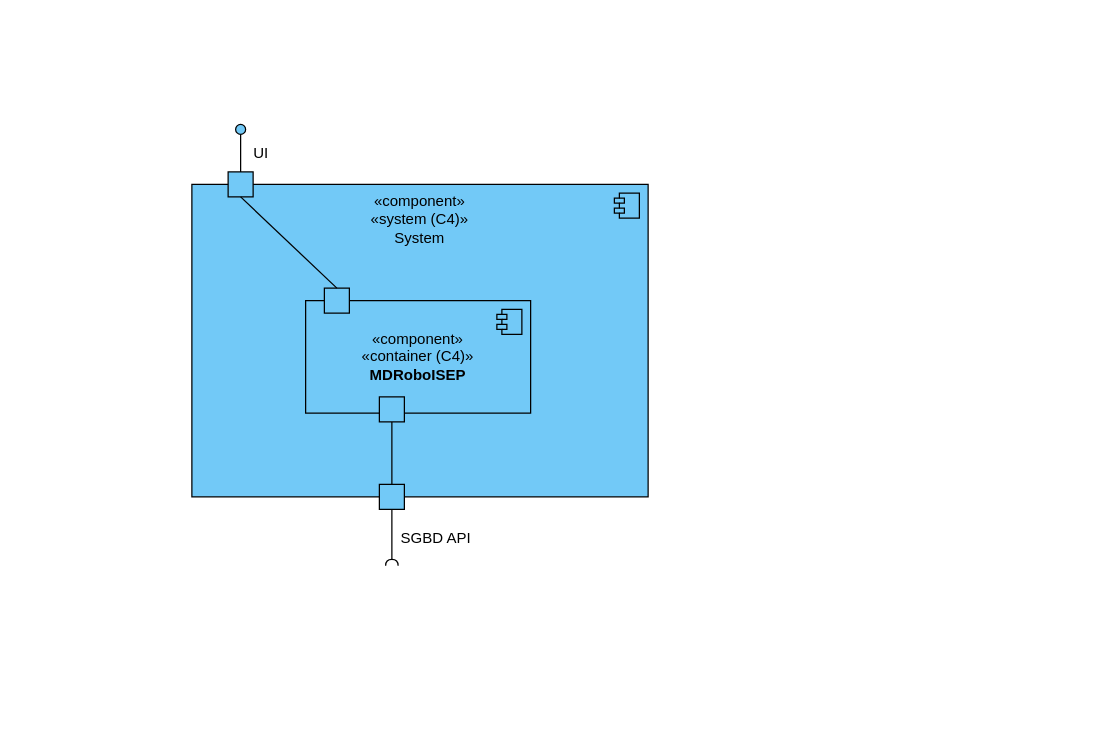
Earlier version of the draw.io diagram docs/N2/VL.drawio (SEM5PI2324G58/sem5pi_g58_23_24). Source tidied: cells renumbered, new cells numbered last; positions are measured from the earlier drawing's top-left corner, leaving out a move shared by most shapes. Both pictures are drawn from the tidied source at 125%, with x=0, y=0 at pixel (191, 124).
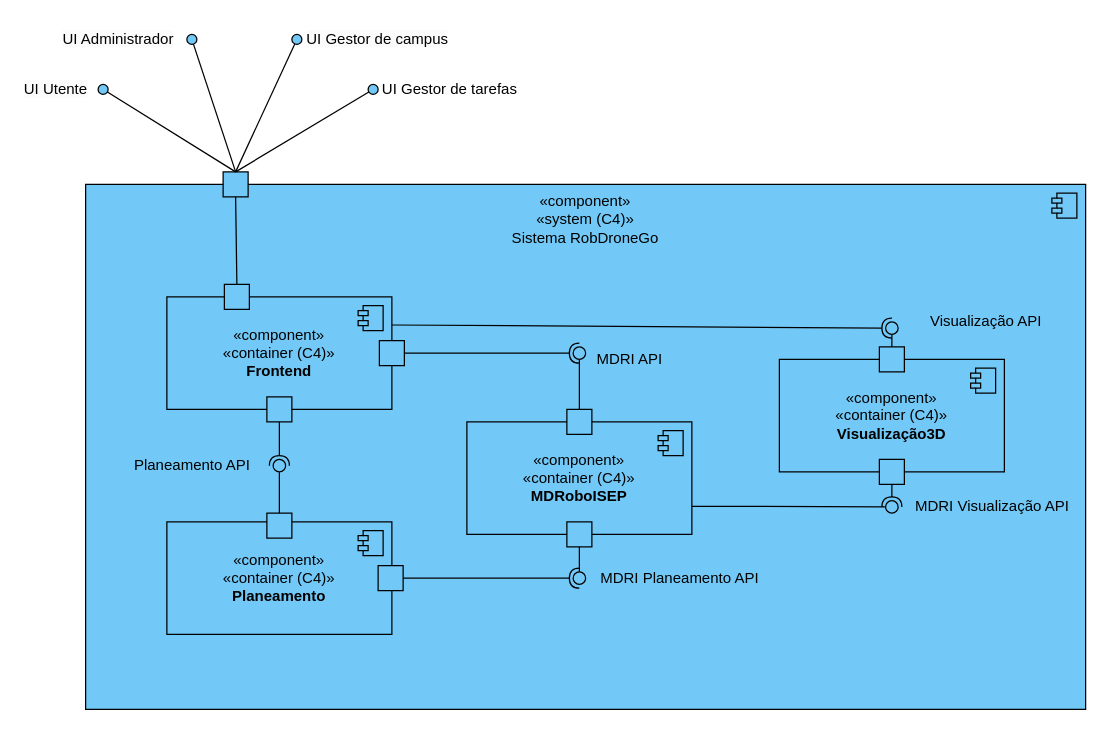
The same diagram, later.

Diff of the diagram source:
```diff
@@
-    <mxCell id="2" value="«component»&lt;br&gt;«system (C4)»&lt;br&gt;System" style="html=1;whiteSpace=wrap;verticalAlign=top;fillColor=#72c9f7;" parent="1" vertex="1">
-      <mxGeometry y="48" width="365" height="250" as="geometry" />
+    <mxCell id="2" value="«component»&lt;br&gt;«system (C4)»&lt;br&gt;Sistema RobDroneGo" style="html=1;whiteSpace=wrap;verticalAlign=top;fillColor=#72c9f7;" parent="1" vertex="1">
+      <mxGeometry x="-85" y="48" width="800" height="420" as="geometry" />
     </mxCell>
@@
     <mxCell id="4" style="html=1;rounded=0;fillColor=#72c9f7;" parent="1" vertex="1">
-      <mxGeometry x="29" y="38" width="20" height="20" as="geometry" />
+      <mxGeometry x="25" y="38" width="20" height="20" as="geometry" />
     </mxCell>
-    <mxCell id="5" style="endArrow=none;html=1;rounded=0;align=center;verticalAlign=top;endFill=0;labelBackgroundColor=none;endSize=2;" parent="1" edge="1" source="4" target="6">
+    <mxCell id="5" style="endArrow=none;html=1;rounded=0;align=center;verticalAlign=top;endFill=0;labelBackgroundColor=none;endSize=2;exitX=0.5;exitY=0;exitDx=0;exitDy=0;" parent="1" edge="1" source="4" target="6">
       <mxGeometry relative="1" as="geometry" />
     </mxCell>
     <mxCell id="6" style="ellipse;html=1;fontSize=11;align=center;fillColor=#72c9f7;points=[];verticalAlign=bottom;labelPosition=center;verticalLabelPosition=top;flipH=1;" parent="1" vertex="1">
-      <mxGeometry x="35" width="8" height="8" as="geometry" />
+      <mxGeometry x="-75" y="-32" width="8" height="8" as="geometry" />
     </mxCell>
-    <mxCell id="7" style="endArrow=none;html=1;rounded=0;align=center;verticalAlign=top;endFill=0;labelBackgroundColor=none;endSize=2;" parent="1" edge="1" target="8">
-      <mxGeometry relative="1" as="geometry">
-        <mxPoint x="160" y="308" as="sourcePoint" />
-      </mxGeometry>
-    </mxCell>
-    <mxCell id="8" style="shape=requiredInterface;html=1;fontSize=11;align=center;fillColor=none;points=[];verticalAlign=bottom;labelPosition=center;verticalLabelPosition=top;flipH=1;direction=north;" parent="1" vertex="1">
-      <mxGeometry x="155" y="348" width="10" height="5" as="geometry" />
-    </mxCell>
-    <mxCell id="9" style="html=1;rounded=0;fillColor=#72c9f7;" parent="1" vertex="1">
-      <mxGeometry x="150" y="288" width="20" height="20" as="geometry" />
-    </mxCell>
-    <mxCell id="10" value="UI" style="text;html=1;align=center;verticalAlign=middle;strokeColor=none;fillColor=none;" parent="1" vertex="1">
-      <mxGeometry x="35" y="8" width="40" height="30" as="geometry" />
-    </mxCell>
-    <mxCell id="11" value="SGBD API" style="text;html=1;align=center;verticalAlign=middle;strokeColor=none;fillColor=none;" parent="1" vertex="1">
-      <mxGeometry x="155" y="316" width="80" height="30" as="geometry" />
-    </mxCell>
-    <mxCell id="12" value="«component»&lt;br style=&quot;border-color: var(--border-color);&quot;&gt;«container (C4)»&lt;br&gt;&lt;b&gt;MDRoboISEP&lt;/b&gt;" style="html=1;whiteSpace=wrap;fillColor=#72c9f7;" parent="1" vertex="1">
-      <mxGeometry x="91" y="141" width="180" height="90" as="geometry" />
+    <mxCell id="12" value="«component»&lt;br style=&quot;border-color: var(--border-color);&quot;&gt;«container (C4)»&lt;br&gt;&lt;b&gt;Visualização3D&lt;/b&gt;" style="html=1;whiteSpace=wrap;fillColor=#72c9f7;" parent="1" vertex="1">
+      <mxGeometry x="470" y="188" width="180" height="90" as="geometry" />
     </mxCell>
@@
+    <mxCell id="16" style="endArrow=none;html=1;rounded=0;entryX=0.5;entryY=1;entryDx=0;entryDy=0;exitX=0.5;exitY=0;exitDx=0;exitDy=0;" parent="1" edge="1" source="14" target="4">
+      <mxGeometry relative="1" as="geometry" />
+    </mxCell>
+    <mxCell id="18" value="«component»&lt;br style=&quot;border-color: var(--border-color);&quot;&gt;«container (C4)»&lt;br&gt;&lt;b&gt;MDRoboISEP&lt;/b&gt;" style="html=1;whiteSpace=wrap;fillColor=#72c9f7;" parent="1" vertex="1">
+      <mxGeometry x="220" y="238" width="180" height="90" as="geometry" />
+    </mxCell>
+    <mxCell id="19" style="shape=module;jettyWidth=8;jettyHeight=4;fillColor=#72c9f7;" parent="18" vertex="1">
+      <mxGeometry x="1" width="20" height="20" relative="1" as="geometry">
+        <mxPoint x="-27" y="7" as="offset" />
+      </mxGeometry>
+    </mxCell>
+    <mxCell id="20" value="«component»&lt;br style=&quot;border-color: var(--border-color);&quot;&gt;«container (C4)»&lt;br&gt;&lt;b&gt;Planeamento&lt;/b&gt;" style="html=1;whiteSpace=wrap;fillColor=#72c9f7;" parent="1" vertex="1">
+      <mxGeometry x="-20" y="318" width="180" height="90" as="geometry" />
+    </mxCell>
+    <mxCell id="21" style="shape=module;jettyWidth=8;jettyHeight=4;fillColor=#72c9f7;" parent="20" vertex="1">
+      <mxGeometry x="1" width="20" height="20" relative="1" as="geometry">
+        <mxPoint x="-27" y="7" as="offset" />
+      </mxGeometry>
+    </mxCell>
+    <mxCell id="22" value="«component»&lt;br style=&quot;border-color: var(--border-color);&quot;&gt;«container (C4)»&lt;br&gt;&lt;b&gt;Frontend&lt;/b&gt;" style="html=1;whiteSpace=wrap;fillColor=#72c9f7;" parent="1" vertex="1">
+      <mxGeometry x="-20" y="138" width="180" height="90" as="geometry" />
+    </mxCell>
+    <mxCell id="23" style="shape=module;jettyWidth=8;jettyHeight=4;fillColor=#72c9f7;" parent="22" vertex="1">
+      <mxGeometry x="1" width="20" height="20" relative="1" as="geometry">
+        <mxPoint x="-27" y="7" as="offset" />
+      </mxGeometry>
+    </mxCell>
     <mxCell id="14" style="html=1;rounded=0;fillColor=#72c9f7;" parent="1" vertex="1">
-      <mxGeometry x="106" y="131" width="20" height="20" as="geometry" />
+      <mxGeometry x="26" y="128" width="20" height="20" as="geometry" />
     </mxCell>
-    <mxCell id="15" style="html=1;rounded=0;fillColor=#72c9f7;" parent="1" vertex="1">
-      <mxGeometry x="150" y="218" width="20" height="20" as="geometry" />
-    </mxCell>
-    <mxCell id="16" style="endArrow=none;html=1;rounded=0;entryX=0.5;entryY=1;entryDx=0;entryDy=0;exitX=0.5;exitY=0;exitDx=0;exitDy=0;" parent="1" edge="1" source="14" target="4">
-      <mxGeometry relative="1" as="geometry" />
-    </mxCell>
-    <mxCell id="17" style="endArrow=none;html=1;rounded=0;entryX=0.5;entryY=0;entryDx=0;entryDy=0;exitX=0.5;exitY=1;exitDx=0;exitDy=0;" parent="1" edge="1" source="15" target="9">
-      <mxGeometry relative="1" as="geometry" />
-    </mxCell>
+    <mxCell id="24" style="rounded=0;jettySize=auto;html=1;endArrow=halfCircle;endFill=0;endSize=6;strokeWidth=1;sketch=0;exitX=1;exitY=0.5;exitDx=0;exitDy=0;" parent="1" edge="1" source="40" target="26">
+      <mxGeometry relative="1" as="geometry" />
+    </mxCell>
+    <mxCell id="25" style="rounded=0;jettySize=auto;html=1;endArrow=oval;endFill=0;sketch=0;sourcePerimeterSpacing=0;targetPerimeterSpacing=0;endSize=10;exitX=0.5;exitY=0;exitDx=0;exitDy=0;" parent="1" edge="1" source="18" target="26">
+      <mxGeometry relative="1" as="geometry" />
+    </mxCell>
+    <mxCell id="26" style="ellipse;whiteSpace=wrap;html=1;align=center;fillColor=none;strokeColor=none;perimeter=centerPerimeter;points=[];outlineConnect=1;" parent="1" vertex="1">
+      <mxGeometry x="305" y="178" width="10" height="10" as="geometry" />
+    </mxCell>
+    <mxCell id="27" style="rounded=0;jettySize=auto;html=1;endArrow=halfCircle;endFill=0;endSize=6;strokeWidth=1;sketch=0;exitX=0.5;exitY=1;exitDx=0;exitDy=0;" parent="1" edge="1" source="22" target="29">
+      <mxGeometry relative="1" as="geometry" />
+    </mxCell>
+    <mxCell id="28" style="rounded=0;jettySize=auto;html=1;endArrow=oval;endFill=0;sketch=0;sourcePerimeterSpacing=0;targetPerimeterSpacing=0;endSize=10;exitX=0.5;exitY=0;exitDx=0;exitDy=0;" parent="1" edge="1" source="20" target="29">
+      <mxGeometry relative="1" as="geometry" />
+    </mxCell>
+    <mxCell id="29" style="ellipse;whiteSpace=wrap;html=1;align=center;fillColor=none;strokeColor=none;perimeter=centerPerimeter;points=[];outlineConnect=1;" parent="1" vertex="1">
+      <mxGeometry x="65" y="268" width="10" height="10" as="geometry" />
+    </mxCell>
+    <mxCell id="30" style="rounded=0;jettySize=auto;html=1;endArrow=halfCircle;endFill=0;endSize=6;strokeWidth=1;sketch=0;exitX=1;exitY=0.25;exitDx=0;exitDy=0;" parent="1" edge="1" source="22" target="32">
+      <mxGeometry relative="1" as="geometry" />
+    </mxCell>
+    <mxCell id="31" style="rounded=0;jettySize=auto;html=1;endArrow=oval;endFill=0;sketch=0;sourcePerimeterSpacing=0;targetPerimeterSpacing=0;endSize=10;exitX=0.5;exitY=0;exitDx=0;exitDy=0;" parent="1" edge="1" source="12" target="32">
+      <mxGeometry relative="1" as="geometry" />
+    </mxCell>
+    <mxCell id="32" style="ellipse;whiteSpace=wrap;html=1;align=center;fillColor=none;strokeColor=none;perimeter=centerPerimeter;points=[];outlineConnect=1;" parent="1" vertex="1">
+      <mxGeometry x="555" y="158" width="10" height="10" as="geometry" />
+    </mxCell>
+    <mxCell id="33" style="rounded=0;jettySize=auto;html=1;endArrow=halfCircle;endFill=0;endSize=6;strokeWidth=1;sketch=0;exitX=1;exitY=0.5;exitDx=0;exitDy=0;" parent="1" edge="1" source="20" target="35">
+      <mxGeometry relative="1" as="geometry" />
+    </mxCell>
+    <mxCell id="34" style="rounded=0;jettySize=auto;html=1;endArrow=oval;endFill=0;sketch=0;sourcePerimeterSpacing=0;targetPerimeterSpacing=0;endSize=10;exitX=0.5;exitY=1;exitDx=0;exitDy=0;" parent="1" edge="1" source="18" target="35">
+      <mxGeometry relative="1" as="geometry" />
+    </mxCell>
+    <mxCell id="35" style="ellipse;whiteSpace=wrap;html=1;align=center;fillColor=none;strokeColor=none;perimeter=centerPerimeter;points=[];outlineConnect=1;" parent="1" vertex="1">
+      <mxGeometry x="305" y="358" width="10" height="10" as="geometry" />
+    </mxCell>
+    <mxCell id="36" style="rounded=0;jettySize=auto;html=1;endArrow=halfCircle;endFill=0;endSize=6;strokeWidth=1;sketch=0;exitX=0.5;exitY=1;exitDx=0;exitDy=0;" parent="1" edge="1" source="12" target="38">
+      <mxGeometry relative="1" as="geometry" />
+    </mxCell>
+    <mxCell id="37" style="rounded=0;jettySize=auto;html=1;endArrow=oval;endFill=0;sketch=0;sourcePerimeterSpacing=0;targetPerimeterSpacing=0;endSize=10;exitX=1;exitY=0.75;exitDx=0;exitDy=0;" parent="1" edge="1" source="18" target="38">
+      <mxGeometry relative="1" as="geometry" />
+    </mxCell>
+    <mxCell id="38" style="ellipse;whiteSpace=wrap;html=1;align=center;fillColor=none;strokeColor=none;perimeter=centerPerimeter;points=[];outlineConnect=1;" parent="1" vertex="1">
+      <mxGeometry x="555" y="301" width="10" height="10" as="geometry" />
+    </mxCell>
+    <mxCell id="39" style="rounded=0;jettySize=auto;html=1;endArrow=halfCircle;endFill=0;endSize=6;strokeWidth=1;sketch=0;exitX=1;exitY=0.5;exitDx=0;exitDy=0;" parent="1" edge="1" source="22" target="40">
+      <mxGeometry relative="1" as="geometry" />
+    </mxCell>
+    <mxCell id="40" style="html=1;rounded=0;fillColor=#72c9f7;" parent="1" vertex="1">
+      <mxGeometry x="150" y="173" width="20" height="20" as="geometry" />
+    </mxCell>
+    <mxCell id="41" style="html=1;rounded=0;fillColor=#72c9f7;" parent="1" vertex="1">
+      <mxGeometry x="300" y="228" width="20" height="20" as="geometry" />
+    </mxCell>
+    <mxCell id="42" style="html=1;rounded=0;fillColor=#72c9f7;" parent="1" vertex="1">
+      <mxGeometry x="300" y="318" width="20" height="20" as="geometry" />
+    </mxCell>
+    <mxCell id="43" style="html=1;rounded=0;fillColor=#72c9f7;" parent="1" vertex="1">
+      <mxGeometry x="60" y="311" width="20" height="20" as="geometry" />
+    </mxCell>
+    <mxCell id="44" style="html=1;rounded=0;fillColor=#72c9f7;" parent="1" vertex="1">
+      <mxGeometry x="60" y="218" width="20" height="20" as="geometry" />
+    </mxCell>
+    <mxCell id="45" style="html=1;rounded=0;fillColor=#72c9f7;" parent="1" vertex="1">
+      <mxGeometry x="550" y="268" width="20" height="20" as="geometry" />
+    </mxCell>
+    <mxCell id="46" value="MDRI API" style="text;html=1;align=center;verticalAlign=middle;strokeColor=none;fillColor=none;" parent="1" vertex="1">
+      <mxGeometry x="310" y="173" width="80" height="30" as="geometry" />
+    </mxCell>
+    <mxCell id="47" style="html=1;rounded=0;fillColor=#72c9f7;" parent="1" vertex="1">
+      <mxGeometry x="149" y="353" width="20" height="20" as="geometry" />
+    </mxCell>
+    <mxCell id="48" value="MDRI Planeamento API" style="text;html=1;align=center;verticalAlign=middle;strokeColor=none;fillColor=none;" parent="1" vertex="1">
+      <mxGeometry x="315" y="348" width="150" height="30" as="geometry" />
+    </mxCell>
+    <mxCell id="49" value="MDRI Visualização API" style="text;html=1;align=center;verticalAlign=middle;strokeColor=none;fillColor=none;" parent="1" vertex="1">
+      <mxGeometry x="565" y="291" width="150" height="30" as="geometry" />
+    </mxCell>
+    <mxCell id="50" value="Visualização API" style="text;html=1;align=center;verticalAlign=middle;strokeColor=none;fillColor=none;" parent="1" vertex="1">
+      <mxGeometry x="580" y="143" width="110" height="30" as="geometry" />
+    </mxCell>
+    <mxCell id="51" value="Planeamento API" style="text;html=1;align=center;verticalAlign=middle;strokeColor=none;fillColor=none;" parent="1" vertex="1">
+      <mxGeometry x="-60" y="258" width="120" height="30" as="geometry" />
+    </mxCell>
+    <mxCell id="52" style="endArrow=none;html=1;rounded=0;align=center;verticalAlign=top;endFill=0;labelBackgroundColor=none;endSize=2;exitX=0.5;exitY=0;exitDx=0;exitDy=0;" parent="1" edge="1" source="4" target="53">
+      <mxGeometry relative="1" as="geometry" />
+    </mxCell>
+    <mxCell id="53" style="ellipse;html=1;fontSize=11;align=center;fillColor=#72c9f7;points=[];verticalAlign=bottom;labelPosition=center;verticalLabelPosition=top;flipH=1;" parent="1" vertex="1">
+      <mxGeometry x="-4" y="-72" width="8" height="8" as="geometry" />
+    </mxCell>
+    <mxCell id="54" style="endArrow=none;html=1;rounded=0;align=center;verticalAlign=top;endFill=0;labelBackgroundColor=none;endSize=2;exitX=0.5;exitY=0;exitDx=0;exitDy=0;" parent="1" edge="1" source="4" target="55">
+      <mxGeometry relative="1" as="geometry" />
+    </mxCell>
+    <mxCell id="55" style="ellipse;html=1;fontSize=11;align=center;fillColor=#72c9f7;points=[];verticalAlign=bottom;labelPosition=center;verticalLabelPosition=top;flipH=1;" parent="1" vertex="1">
+      <mxGeometry x="80" y="-72" width="8" height="8" as="geometry" />
+    </mxCell>
+    <mxCell id="56" style="endArrow=none;html=1;rounded=0;align=center;verticalAlign=top;endFill=0;labelBackgroundColor=none;endSize=2;exitX=0.5;exitY=0;exitDx=0;exitDy=0;" parent="1" edge="1" source="4" target="57">
+      <mxGeometry relative="1" as="geometry" />
+    </mxCell>
+    <mxCell id="57" style="ellipse;html=1;fontSize=11;align=center;fillColor=#72c9f7;points=[];verticalAlign=bottom;labelPosition=center;verticalLabelPosition=top;flipH=1;" parent="1" vertex="1">
+      <mxGeometry x="141" y="-32" width="8" height="8" as="geometry" />
+    </mxCell>
+    <mxCell id="58" value="UI Gestor de tarefas" style="text;html=1;align=center;verticalAlign=middle;strokeColor=none;fillColor=none;" parent="1" vertex="1">
+      <mxGeometry x="141" y="-43" width="130" height="30" as="geometry" />
+    </mxCell>
+    <mxCell id="59" value="&lt;span style=&quot;color: rgb(0, 0, 0); font-family: Helvetica; font-size: 12px; font-style: normal; font-variant-ligatures: normal; font-variant-caps: normal; font-weight: 400; letter-spacing: normal; orphans: 2; text-align: center; text-indent: 0px; text-transform: none; widows: 2; word-spacing: 0px; -webkit-text-stroke-width: 0px; background-color: rgb(251, 251, 251); text-decoration-thickness: initial; text-decoration-style: initial; text-decoration-color: initial; float: none; display: inline !important;&quot;&gt;UI Gestor de campus&lt;/span&gt;" style="text;whiteSpace=wrap;html=1;" parent="1" vertex="1">
+      <mxGeometry x="90" y="-82" width="140" height="40" as="geometry" />
+    </mxCell>
+    <mxCell id="60" value="&lt;span style=&quot;color: rgb(0, 0, 0); font-family: Helvetica; font-size: 12px; font-style: normal; font-variant-ligatures: normal; font-variant-caps: normal; font-weight: 400; letter-spacing: normal; orphans: 2; text-align: center; text-indent: 0px; text-transform: none; widows: 2; word-spacing: 0px; -webkit-text-stroke-width: 0px; background-color: rgb(251, 251, 251); text-decoration-thickness: initial; text-decoration-style: initial; text-decoration-color: initial; float: none; display: inline !important;&quot;&gt;UI Administrador&lt;/span&gt;" style="text;whiteSpace=wrap;html=1;" parent="1" vertex="1">
+      <mxGeometry x="-105" y="-82" width="140" height="40" as="geometry" />
+    </mxCell>
+    <mxCell id="61" value="&lt;span style=&quot;color: rgb(0, 0, 0); font-family: Helvetica; font-size: 12px; font-style: normal; font-variant-ligatures: normal; font-variant-caps: normal; font-weight: 400; letter-spacing: normal; orphans: 2; text-align: center; text-indent: 0px; text-transform: none; widows: 2; word-spacing: 0px; -webkit-text-stroke-width: 0px; background-color: rgb(251, 251, 251); text-decoration-thickness: initial; text-decoration-style: initial; text-decoration-color: initial; float: none; display: inline !important;&quot;&gt;UI Utente&lt;/span&gt;" style="text;whiteSpace=wrap;html=1;" parent="1" vertex="1">
+      <mxGeometry x="-136" y="-42" width="140" height="40" as="geometry" />
+    </mxCell>
+    <mxCell id="62" style="html=1;rounded=0;fillColor=#72c9f7;" parent="1" vertex="1">
+      <mxGeometry x="550" y="178" width="20" height="20" as="geometry" />
+    </mxCell>
```
